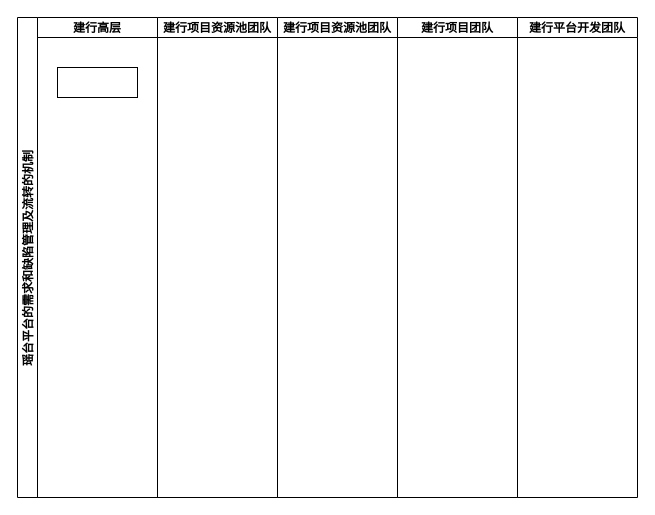
The draw.io diagram Untitled Diagram.drawio in cartebrother/drawio_file, before the edit. Source tidied: cells renumbered, new cells numbered last; positions are measured from the earlier drawing's top-left corner, leaving out a move shared by most shapes. Both pictures are drawn from the tidied source at 100%, with x=0, y=0 at pixel (17, 17).
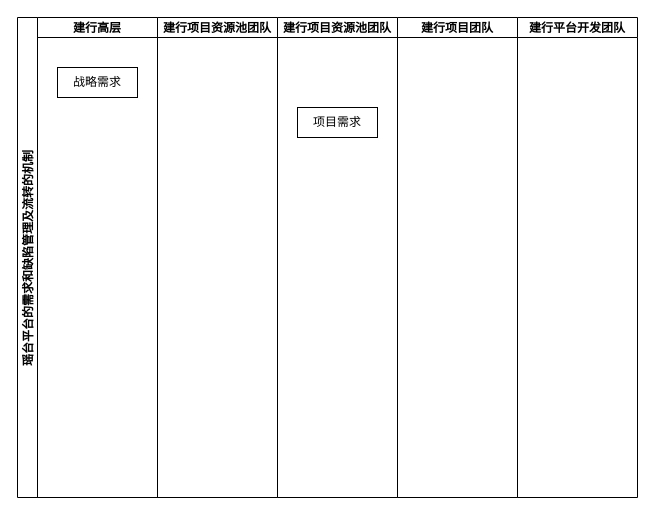
Above is the later version.

Change to the diagram source:
```diff
@@
 <mxGraphModel>
   <root>
     <mxCell id="0" />
     <mxCell id="1" parent="0" />
     <mxCell id="2" value="瑶台平台的需求和缺陷管理及流转的机制" style="swimlane;startSize=20;horizontal=0;" parent="1" vertex="1">
       <mxGeometry width="140" height="480" as="geometry" />
     </mxCell>
     <mxCell id="3" value="建行高层" style="swimlane;startSize=20;" parent="2" vertex="1">
       <mxGeometry x="20" width="120" height="480" as="geometry" />
     </mxCell>
-    <mxCell id="4" style="whiteSpace=wrap;html=1;" parent="3" vertex="1">
+    <mxCell id="4" value="战略需求" style="whiteSpace=wrap;html=1;" parent="3" vertex="1">
       <mxGeometry x="20" y="50" width="80" height="30" as="geometry" />
     </mxCell>
     <mxCell id="5" value="建行平台开发团队" style="swimlane;startSize=20;" parent="1" vertex="1">
       <mxGeometry x="500" width="120" height="480" as="geometry" />
     </mxCell>
     <mxCell id="6" value="建行项目团队" style="swimlane;startSize=20;" parent="1" vertex="1">
       <mxGeometry x="380" width="120" height="480" as="geometry" />
     </mxCell>
     <mxCell id="7" value="建行项目资源池团队" style="swimlane;startSize=20;" parent="1" vertex="1">
       <mxGeometry x="260" width="120" height="480" as="geometry" />
     </mxCell>
+    <mxCell id="9" value="项目需求" style="whiteSpace=wrap;html=1;" parent="7" vertex="1">
+      <mxGeometry x="20" y="90" width="80" height="30" as="geometry" />
+    </mxCell>
     <mxCell id="8" value="建行项目资源池团队" style="swimlane;startSize=20;" parent="1" vertex="1">
       <mxGeometry x="140" width="120" height="480" as="geometry" />
     </mxCell>
   </root>
 </mxGraphModel>
```
